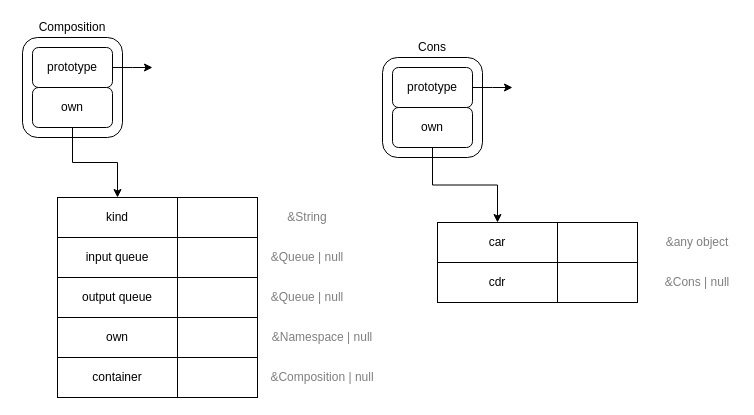
Earlier version of the draw.io diagram page "Composition Runtime" (4 of 7) of byte level data structures.drawio (guitarvydas/duct). Source tidied: cells renumbered, new cells numbered last; positions are measured from the earlier drawing's top-left corner, leaving out a move shared by most shapes. Both pictures are drawn from the tidied source at 100%, with x=0, y=0 at pixel (17, 17).
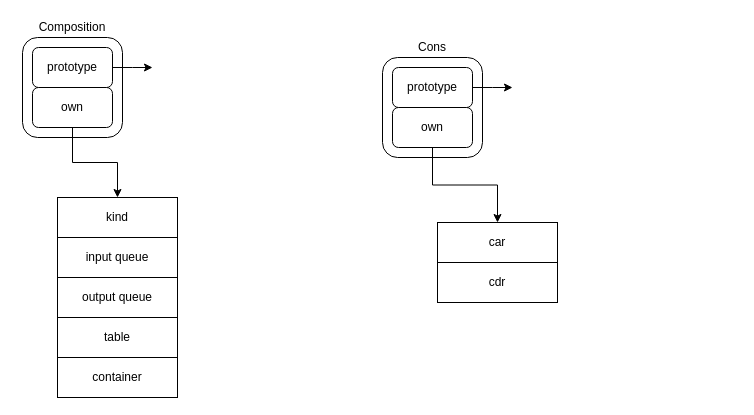
The same page after the edit.

Diff of the diagram source:
```diff
@@
-    <mxCell id="16" style="rounded=0;whiteSpace=wrap;html=1;" parent="1" vertex="1">
-      <mxGeometry x="160" y="220" width="80" height="40" as="geometry" />
-    </mxCell>
-    <mxCell id="17" style="rounded=0;whiteSpace=wrap;html=1;" parent="1" vertex="1">
-      <mxGeometry x="160" y="260" width="80" height="40" as="geometry" />
-    </mxCell>
@@
-    <mxCell id="19" style="rounded=0;whiteSpace=wrap;html=1;" parent="1" vertex="1">
-      <mxGeometry x="160" y="180" width="80" height="40" as="geometry" />
-    </mxCell>
-    <mxCell id="20" value="own" style="rounded=0;whiteSpace=wrap;html=1;" parent="1" vertex="1">
+    <mxCell id="20" value="table" style="rounded=0;whiteSpace=wrap;html=1;" parent="1" vertex="1">
       <mxGeometry x="40" y="300" width="120" height="40" as="geometry" />
     </mxCell>
-    <mxCell id="21" style="rounded=0;whiteSpace=wrap;html=1;" parent="1" vertex="1">
-      <mxGeometry x="160" y="300" width="80" height="40" as="geometry" />
-    </mxCell>
@@
-    <mxCell id="23" style="rounded=0;whiteSpace=wrap;html=1;" parent="1" vertex="1">
-      <mxGeometry x="540" y="245" width="80" height="40" as="geometry" />
-    </mxCell>
@@
-    <mxCell id="25" style="rounded=0;whiteSpace=wrap;html=1;" parent="1" vertex="1">
-      <mxGeometry x="540" y="205" width="80" height="40" as="geometry" />
-    </mxCell>
-    <mxCell id="26" value="&amp;amp;any object" style="text;html=1;strokeColor=none;fillColor=none;align=center;verticalAlign=middle;whiteSpace=wrap;rounded=0;textOpacity=50;" parent="1" vertex="1">
-      <mxGeometry x="640" y="215" width="80" height="20" as="geometry" />
-    </mxCell>
-    <mxCell id="27" value="&amp;amp;Cons | null" style="text;html=1;strokeColor=none;fillColor=none;align=center;verticalAlign=middle;whiteSpace=wrap;rounded=0;textOpacity=50;" parent="1" vertex="1">
-      <mxGeometry x="640" y="255" width="80" height="20" as="geometry" />
-    </mxCell>
-    <mxCell id="28" value="&amp;amp;Queue | null" style="text;html=1;strokeColor=none;fillColor=none;align=center;verticalAlign=middle;whiteSpace=wrap;rounded=0;textOpacity=50;" parent="1" vertex="1">
-      <mxGeometry x="250" y="230" width="80" height="20" as="geometry" />
-    </mxCell>
-    <mxCell id="29" value="&amp;amp;Queue | null" style="text;html=1;strokeColor=none;fillColor=none;align=center;verticalAlign=middle;whiteSpace=wrap;rounded=0;textOpacity=50;" parent="1" vertex="1">
-      <mxGeometry x="250" y="270" width="80" height="20" as="geometry" />
-    </mxCell>
-    <mxCell id="30" value="&amp;amp;String" style="text;html=1;strokeColor=none;fillColor=none;align=center;verticalAlign=middle;whiteSpace=wrap;rounded=0;textOpacity=50;" parent="1" vertex="1">
-      <mxGeometry x="250" y="190" width="80" height="20" as="geometry" />
-    </mxCell>
-    <mxCell id="31" value="&amp;amp;Namespace | null" style="text;html=1;strokeColor=none;fillColor=none;align=center;verticalAlign=middle;whiteSpace=wrap;rounded=0;textOpacity=50;" parent="1" vertex="1">
-      <mxGeometry x="250" y="310" width="110" height="20" as="geometry" />
-    </mxCell>
@@
-    <mxCell id="33" style="rounded=0;whiteSpace=wrap;html=1;" parent="1" vertex="1">
-      <mxGeometry x="160" y="340" width="80" height="40" as="geometry" />
-    </mxCell>
-    <mxCell id="34" value="&amp;amp;Composition | null" style="text;html=1;strokeColor=none;fillColor=none;align=center;verticalAlign=middle;whiteSpace=wrap;rounded=0;textOpacity=50;" parent="1" vertex="1">
-      <mxGeometry x="250" y="350" width="110" height="20" as="geometry" />
-    </mxCell>
```
